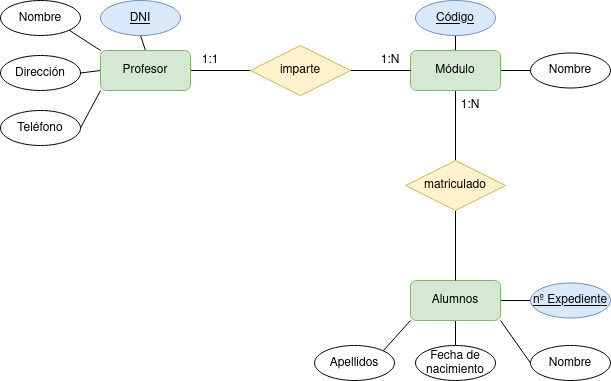
The draw.io diagram Unidad-1/Tareas/Tarea-4/Ejercicio5.drawio.png in LuisMGlez/base-datos, before a commit. Source tidied: cells renumbered, new cells last; positions are measured from the earlier drawing's top-left corner, leaving out a move shared by most shapes.
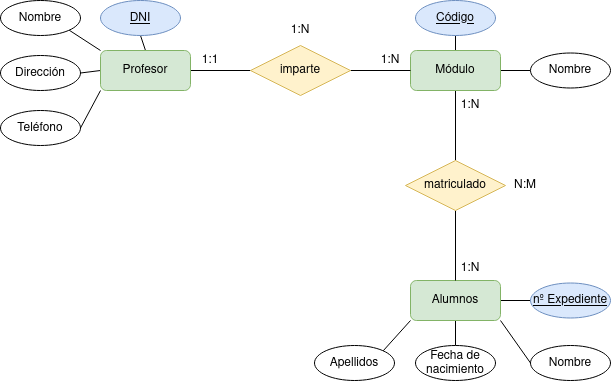
Above is the later version.

The edit, as a diff of the source:
```diff
@@ -98,5 +98,14 @@
     <mxCell id="33" value="1:1" style="text;strokeColor=none;align=center;fillColor=none;html=1;verticalAlign=middle;whiteSpace=wrap;rounded=0;" parent="1" vertex="1">
       <mxGeometry x="180" y="45" width="60" height="30" as="geometry" />
     </mxCell>
+    <mxCell id="34" value="1:N" style="text;strokeColor=none;align=center;fillColor=none;html=1;verticalAlign=middle;whiteSpace=wrap;rounded=0;" parent="1" vertex="1">
+      <mxGeometry x="440" y="252.5" width="60" height="30" as="geometry" />
+    </mxCell>
+    <mxCell id="35" value="N:M" style="text;strokeColor=none;align=center;fillColor=none;html=1;verticalAlign=middle;whiteSpace=wrap;rounded=0;" parent="1" vertex="1">
+      <mxGeometry x="495" y="170" width="60" height="30" as="geometry" />
+    </mxCell>
+    <mxCell id="36" value="1:N" style="text;strokeColor=none;align=center;fillColor=none;html=1;verticalAlign=middle;whiteSpace=wrap;rounded=0;" parent="1" vertex="1">
+      <mxGeometry x="270" y="15" width="60" height="30" as="geometry" />
+    </mxCell>
   </root>
 </mxGraphModel>
```
